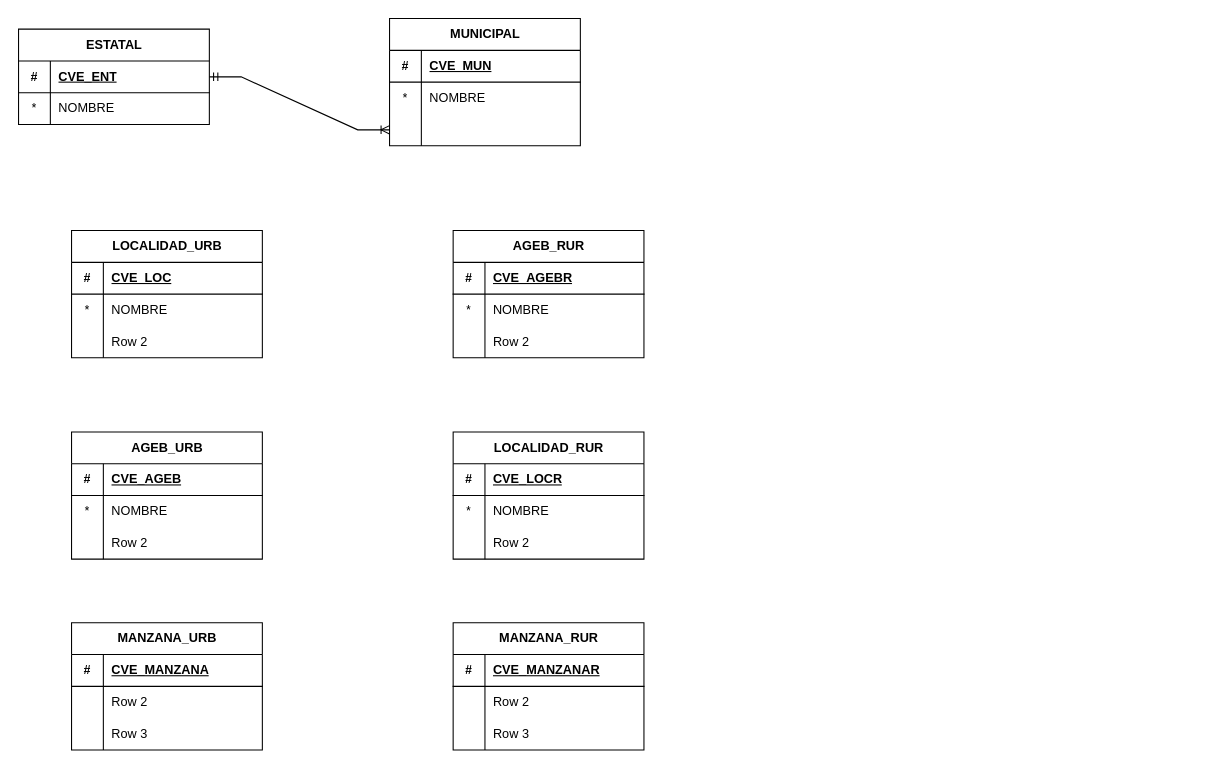
Above: ER.drawio in cadurang81/Testing (draw.io), before the change. Source tidied: cells renumbered, new cells numbered last; positions are measured from the earlier drawing's top-left corner, leaving out a move shared by most shapes. Both pictures are drawn from the tidied source at 106%, with x=0, y=0 at pixel (18, 18).
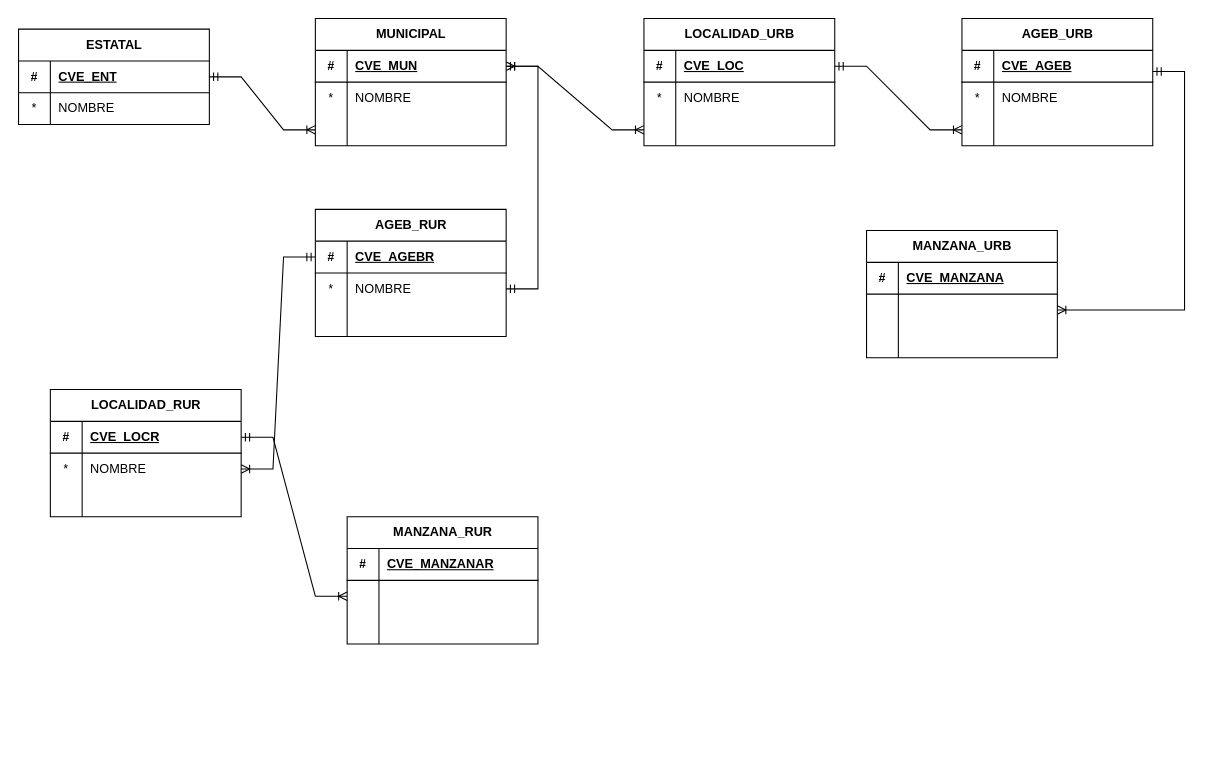
The same page after the edit.

Unchanged cells that the change refers to:
```xml
<mxCell id="10" style="shape=tableRow;horizontal=0;startSize=0;swimlaneHead=0;swimlaneBody=0;fillColor=none;points=[[0,0.5],[1,0.5]];portConstraint=eastwest;top=0;left=0;right=0;bottom=1;" parent="9" vertex="1">
  <mxGeometry y="30" width="180" height="30" as="geometry" />
</mxCell>
<mxCell id="20" style="shape=tableRow;horizontal=0;startSize=0;swimlaneHead=0;swimlaneBody=0;fillColor=none;points=[[0,0.5],[1,0.5]];portConstraint=eastwest;top=0;left=0;right=0;bottom=1;" parent="19" vertex="1">
  <mxGeometry y="30" width="180" height="30" as="geometry" />
</mxCell>
<mxCell id="23" style="shape=tableRow;horizontal=0;startSize=0;swimlaneHead=0;swimlaneBody=0;fillColor=none;points=[[0,0.5],[1,0.5]];portConstraint=eastwest;top=0;left=0;right=0;bottom=0;" parent="19" vertex="1">
  <mxGeometry y="60" width="180" height="30" as="geometry" />
</mxCell>
<mxCell id="26" style="shape=tableRow;horizontal=0;startSize=0;swimlaneHead=0;swimlaneBody=0;fillColor=none;top=0;left=0;right=0;bottom=0;" parent="19" vertex="1">
  <mxGeometry y="90" width="180" height="30" as="geometry" />
</mxCell>
<mxCell id="36" style="shape=tableRow;horizontal=0;startSize=0;swimlaneHead=0;swimlaneBody=0;fillColor=none;points=[[0,0.5],[1,0.5]];portConstraint=eastwest;top=0;left=0;right=0;bottom=0;" parent="29" vertex="1">
  <mxGeometry y="90" width="180" height="30" as="geometry" />
</mxCell>
<mxCell id="40" style="shape=tableRow;horizontal=0;startSize=0;swimlaneHead=0;swimlaneBody=0;fillColor=none;points=[[0,0.5],[1,0.5]];portConstraint=eastwest;top=0;left=0;right=0;bottom=1;" parent="39" vertex="1">
  <mxGeometry y="30" width="180" height="30" as="geometry" />
</mxCell>
<mxCell id="46" style="shape=tableRow;horizontal=0;startSize=0;swimlaneHead=0;swimlaneBody=0;fillColor=none;points=[[0,0.5],[1,0.5]];portConstraint=eastwest;top=0;left=0;right=0;bottom=0;" parent="39" vertex="1">
  <mxGeometry y="90" width="180" height="30" as="geometry" />
</mxCell>
<mxCell id="50" style="shape=tableRow;horizontal=0;startSize=0;swimlaneHead=0;swimlaneBody=0;fillColor=none;points=[[0,0.5],[1,0.5]];portConstraint=eastwest;top=0;left=0;right=0;bottom=1;" parent="49" vertex="1">
  <mxGeometry y="30" width="180" height="30" as="geometry" />
</mxCell>
<mxCell id="53" style="shape=tableRow;horizontal=0;startSize=0;swimlaneHead=0;swimlaneBody=0;fillColor=none;points=[[0,0.5],[1,0.5]];portConstraint=eastwest;top=0;left=0;right=0;bottom=0;" parent="49" vertex="1">
  <mxGeometry y="60" width="180" height="30" as="geometry" />
</mxCell>
<mxCell id="56" style="shape=tableRow;horizontal=0;startSize=0;swimlaneHead=0;swimlaneBody=0;fillColor=none;top=0;left=0;right=0;bottom=0;" parent="49" vertex="1">
  <mxGeometry y="90" width="180" height="30" as="geometry" />
</mxCell>
<mxCell id="63" style="shape=tableRow;horizontal=0;startSize=0;swimlaneHead=0;swimlaneBody=0;fillColor=none;points=[[0,0.5],[1,0.5]];portConstraint=eastwest;top=0;left=0;right=0;bottom=0;" parent="59" vertex="1">
  <mxGeometry y="60" width="180" height="30" as="geometry" />
</mxCell>
<mxCell id="66" style="shape=tableRow;horizontal=0;startSize=0;swimlaneHead=0;swimlaneBody=0;fillColor=none;top=0;left=0;right=0;bottom=0;" parent="59" vertex="1">
  <mxGeometry y="90" width="180" height="30" as="geometry" />
</mxCell>
<mxCell id="73" style="shape=tableRow;horizontal=0;startSize=0;swimlaneHead=0;swimlaneBody=0;fillColor=none;points=[[0,0.5],[1,0.5]];portConstraint=eastwest;top=0;left=0;right=0;bottom=0;" parent="69" vertex="1">
  <mxGeometry y="60" width="180" height="30" as="geometry" />
</mxCell>
<mxCell id="76" style="shape=tableRow;horizontal=0;startSize=0;swimlaneHead=0;swimlaneBody=0;fillColor=none;top=0;left=0;right=0;bottom=0;" parent="69" vertex="1">
  <mxGeometry y="90" width="180" height="30" as="geometry" />
</mxCell>
```

The edit, as a diff of the source:
```diff
@@
     <mxCell id="9" value="MUNICIPAL" style="shape=table;startSize=30;childLayout=tableLayout;rowLines=0;fontStyle=1;align=center;html=1;" parent="1" vertex="1">
-      <mxGeometry x="350" width="180" height="120" as="geometry" />
+      <mxGeometry x="280" width="180" height="120" as="geometry" />
     </mxCell>
@@
     <mxCell id="19" value="LOCALIDAD_RUR" style="shape=table;startSize=30;childLayout=tableLayout;rowLines=0;fontStyle=1;align=center;html=1;" parent="1" vertex="1">
-      <mxGeometry x="410" y="390" width="180" height="120" as="geometry" />
+      <mxGeometry x="30" y="350" width="180" height="120" as="geometry" />
     </mxCell>
@@
-    <mxCell id="28" value="Row 2" style="shape=partialRectangle;fillColor=none;top=0;left=0;bottom=0;right=0;align=left;spacingLeft=6;overflow=hidden;whiteSpace=wrap;html=1;" parent="26" vertex="1">
+    <mxCell id="28" style="shape=partialRectangle;fillColor=none;top=0;left=0;bottom=0;right=0;align=left;spacingLeft=6;overflow=hidden;whiteSpace=wrap;html=1;" parent="26" vertex="1">
       <mxGeometry x="30" width="150" height="30" as="geometry" />
     </mxCell>
     <mxCell id="29" value="AGEB_URB" style="shape=table;startSize=30;childLayout=tableLayout;rowLines=0;fontStyle=1;align=center;html=1;" parent="1" vertex="1">
-      <mxGeometry x="50" y="390" width="180" height="120" as="geometry" />
+      <mxGeometry x="890" width="180" height="120" as="geometry" />
     </mxCell>
@@
-    <mxCell id="38" value="Row 2" style="shape=partialRectangle;fillColor=none;top=0;left=0;bottom=0;right=0;align=left;spacingLeft=6;overflow=hidden;whiteSpace=wrap;html=1;" parent="36" vertex="1">
+    <mxCell id="38" style="shape=partialRectangle;fillColor=none;top=0;left=0;bottom=0;right=0;align=left;spacingLeft=6;overflow=hidden;whiteSpace=wrap;html=1;" parent="36" vertex="1">
       <mxGeometry x="30" width="150" height="30" as="geometry" />
     </mxCell>
     <mxCell id="39" value="LOCALIDAD_URB" style="shape=table;startSize=30;childLayout=tableLayout;rowLines=0;fontStyle=1;align=center;html=1;" parent="1" vertex="1">
-      <mxGeometry x="50" y="200" width="180" height="120" as="geometry" />
+      <mxGeometry x="590" width="180" height="120" as="geometry" />
     </mxCell>
@@
-    <mxCell id="48" value="Row 2" style="shape=partialRectangle;fillColor=none;top=0;left=0;bottom=0;right=0;align=left;spacingLeft=6;overflow=hidden;whiteSpace=wrap;html=1;" parent="46" vertex="1">
+    <mxCell id="48" style="shape=partialRectangle;fillColor=none;top=0;left=0;bottom=0;right=0;align=left;spacingLeft=6;overflow=hidden;whiteSpace=wrap;html=1;" parent="46" vertex="1">
       <mxGeometry x="30" width="150" height="30" as="geometry" />
     </mxCell>
     <mxCell id="49" value="AGEB_RUR" style="shape=table;startSize=30;childLayout=tableLayout;rowLines=0;fontStyle=1;align=center;html=1;" parent="1" vertex="1">
-      <mxGeometry x="410" y="200" width="180" height="120" as="geometry" />
+      <mxGeometry x="280" y="180" width="180" height="120" as="geometry" />
     </mxCell>
@@
-    <mxCell id="58" value="Row 2" style="shape=partialRectangle;fillColor=none;top=0;left=0;bottom=0;right=0;align=left;spacingLeft=6;overflow=hidden;whiteSpace=wrap;html=1;" parent="56" vertex="1">
+    <mxCell id="58" style="shape=partialRectangle;fillColor=none;top=0;left=0;bottom=0;right=0;align=left;spacingLeft=6;overflow=hidden;whiteSpace=wrap;html=1;" parent="56" vertex="1">
       <mxGeometry x="30" width="150" height="30" as="geometry" />
     </mxCell>
     <mxCell id="59" value="MANZANA_URB" style="shape=table;startSize=30;childLayout=tableLayout;rowLines=0;fontStyle=1;align=center;html=1;" parent="1" vertex="1">
-      <mxGeometry x="50" y="570" width="180" height="120" as="geometry" />
+      <mxGeometry x="800" y="200" width="180" height="120" as="geometry" />
     </mxCell>
@@
-    <mxCell id="65" value="Row 2" style="shape=partialRectangle;fillColor=none;top=0;left=0;bottom=0;right=0;align=left;spacingLeft=6;overflow=hidden;whiteSpace=wrap;html=1;" parent="63" vertex="1">
+    <mxCell id="65" style="shape=partialRectangle;fillColor=none;top=0;left=0;bottom=0;right=0;align=left;spacingLeft=6;overflow=hidden;whiteSpace=wrap;html=1;" parent="63" vertex="1">
       <mxGeometry x="30" width="150" height="30" as="geometry" />
     </mxCell>
@@
-    <mxCell id="68" value="Row 3" style="shape=partialRectangle;fillColor=none;top=0;left=0;bottom=0;right=0;align=left;spacingLeft=6;overflow=hidden;whiteSpace=wrap;html=1;" parent="66" vertex="1">
+    <mxCell id="68" style="shape=partialRectangle;fillColor=none;top=0;left=0;bottom=0;right=0;align=left;spacingLeft=6;overflow=hidden;whiteSpace=wrap;html=1;" parent="66" vertex="1">
       <mxGeometry x="30" width="150" height="30" as="geometry" />
     </mxCell>
     <mxCell id="69" value="MANZANA_RUR" style="shape=table;startSize=30;childLayout=tableLayout;rowLines=0;fontStyle=1;align=center;html=1;" parent="1" vertex="1">
-      <mxGeometry x="410" y="570" width="180" height="120" as="geometry" />
+      <mxGeometry x="310" y="470" width="180" height="120" as="geometry" />
     </mxCell>
@@
-    <mxCell id="75" value="Row 2" style="shape=partialRectangle;fillColor=none;top=0;left=0;bottom=0;right=0;align=left;spacingLeft=6;overflow=hidden;whiteSpace=wrap;html=1;" parent="73" vertex="1">
+    <mxCell id="75" style="shape=partialRectangle;fillColor=none;top=0;left=0;bottom=0;right=0;align=left;spacingLeft=6;overflow=hidden;whiteSpace=wrap;html=1;" parent="73" vertex="1">
       <mxGeometry x="30" width="150" height="30" as="geometry" />
     </mxCell>
@@
-    <mxCell id="78" value="Row 3" style="shape=partialRectangle;fillColor=none;top=0;left=0;bottom=0;right=0;align=left;spacingLeft=6;overflow=hidden;whiteSpace=wrap;html=1;" parent="76" vertex="1">
+    <mxCell id="78" style="shape=partialRectangle;fillColor=none;top=0;left=0;bottom=0;right=0;align=left;spacingLeft=6;overflow=hidden;whiteSpace=wrap;html=1;" parent="76" vertex="1">
       <mxGeometry x="30" width="150" height="30" as="geometry" />
     </mxCell>
@@
+    <mxCell id="80" style="edgeStyle=entityRelationEdgeStyle;fontSize=12;html=1;endArrow=ERoneToMany;startArrow=ERmandOne;rounded=0;exitX=1;exitY=0.5;exitDx=0;exitDy=0;" parent="1" edge="1" source="10" target="46">
+      <mxGeometry relative="1" as="geometry">
+        <Array as="points">
+          <mxPoint x="570" y="140" />
+          <mxPoint x="400" y="140" />
+          <mxPoint x="600" y="150" />
+          <mxPoint x="400" y="180" />
+        </Array>
+      </mxGeometry>
+    </mxCell>
+    <mxCell id="81" style="edgeStyle=entityRelationEdgeStyle;fontSize=12;html=1;endArrow=ERoneToMany;startArrow=ERmandOne;rounded=0;entryX=0;entryY=0.5;entryDx=0;entryDy=0;exitX=1;exitY=0.5;exitDx=0;exitDy=0;" parent="1" edge="1" source="40" target="36">
+      <mxGeometry relative="1" as="geometry" />
+    </mxCell>
+    <mxCell id="82" style="edgeStyle=entityRelationEdgeStyle;fontSize=12;html=1;endArrow=ERoneToMany;startArrow=ERmandOne;rounded=0;entryX=1;entryY=0.5;entryDx=0;entryDy=0;" parent="1" edge="1" target="63">
+      <mxGeometry relative="1" as="geometry">
+        <mxPoint x="1070" y="50" as="sourcePoint" />
+      </mxGeometry>
+    </mxCell>
+    <mxCell id="83" style="edgeStyle=entityRelationEdgeStyle;fontSize=12;html=1;endArrow=ERoneToMany;startArrow=ERmandOne;rounded=0;entryX=1;entryY=0.5;entryDx=0;entryDy=0;exitX=1;exitY=0.5;exitDx=0;exitDy=0;" parent="1" edge="1" source="53" target="10">
+      <mxGeometry relative="1" as="geometry" />
+    </mxCell>
+    <mxCell id="84" style="edgeStyle=entityRelationEdgeStyle;fontSize=12;html=1;endArrow=ERoneToMany;startArrow=ERmandOne;rounded=0;entryX=1;entryY=0.5;entryDx=0;entryDy=0;exitX=0;exitY=0.5;exitDx=0;exitDy=0;" parent="1" edge="1" source="50" target="23">
+      <mxGeometry relative="1" as="geometry">
+        <Array as="points">
+          <mxPoint x="90" y="230" />
+        </Array>
+      </mxGeometry>
+    </mxCell>
+    <mxCell id="85" style="edgeStyle=entityRelationEdgeStyle;fontSize=12;html=1;endArrow=ERoneToMany;startArrow=ERmandOne;rounded=0;entryX=0;entryY=0.5;entryDx=0;entryDy=0;exitX=1;exitY=0.5;exitDx=0;exitDy=0;" parent="1" edge="1" source="20" target="73">
+      <mxGeometry relative="1" as="geometry" />
+    </mxCell>
```
